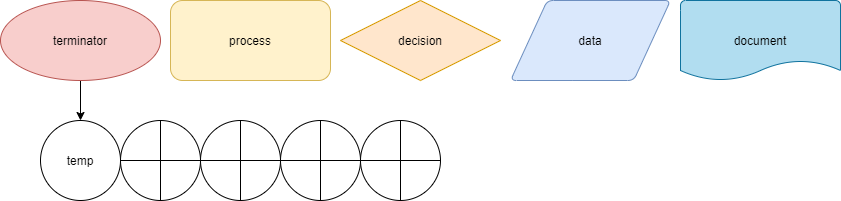
Before: explore/diagramming/diagram.drawio.png, a diagram exported from draw.io (StevenSchaeffer/fa21-cse110-lab4). Source tidied: cells renumbered, new cells last; positions are measured from the earlier drawing's top-left corner, leaving out a move shared by most shapes. The source it was exported from:
```xml
<mxGraphModel>
  <root>
    <mxCell id="0" />
    <mxCell id="1" parent="0" />
    <mxCell id="2" style="edgeStyle=orthogonalEdgeStyle;rounded=0;jettySize=auto;html=1;entryX=0.5;entryY=0;entryDx=0;entryDy=0;entryPerimeter=0;fillColor=#f5f5f5;strokeColor=#000000;" parent="1" edge="1" source="3" target="8">
      <mxGeometry relative="1" as="geometry" />
    </mxCell>
    <mxCell id="3" value="&lt;font color=&quot;#000000&quot;&gt;terminator&lt;/font&gt;" style="ellipse;whiteSpace=wrap;html=1;fillColor=#f8cecc;strokeColor=#b85450;" parent="1" vertex="1">
      <mxGeometry width="160" height="80" as="geometry" />
    </mxCell>
    <mxCell id="4" value="&lt;font color=&quot;#000000&quot;&gt;decision&lt;/font&gt;" style="rhombus;whiteSpace=wrap;html=1;fillColor=#ffe6cc;strokeColor=#d79b00;" parent="1" vertex="1">
      <mxGeometry x="340" width="160" height="80" as="geometry" />
    </mxCell>
    <mxCell id="5" value="&lt;font color=&quot;#000000&quot;&gt;process&lt;/font&gt;" style="rounded=1;whiteSpace=wrap;html=1;fillColor=#fff2cc;strokeColor=#d6b656;direction=east;" parent="1" vertex="1">
      <mxGeometry x="170" width="160" height="80" as="geometry" />
    </mxCell>
    <mxCell id="6" value="&lt;font color=&quot;#000000&quot;&gt;data&lt;/font&gt;" style="shape=parallelogram;html=1;strokeWidth=1;perimeter=parallelogramPerimeter;whiteSpace=wrap;rounded=1;arcSize=12;size=0.23;fillColor=#dae8fc;strokeColor=#6c8ebf;" parent="1" vertex="1">
      <mxGeometry x="510" width="160" height="80" as="geometry" />
    </mxCell>
    <mxCell id="7" value="&lt;font color=&quot;#000000&quot;&gt;document&lt;/font&gt;" style="strokeWidth=1;html=1;shape=mxgraph.flowchart.document2;whiteSpace=wrap;size=0.25;fillColor=#b1ddf0;strokeColor=#10739e;" parent="1" vertex="1">
      <mxGeometry x="680" width="160" height="80" as="geometry" />
    </mxCell>
    <mxCell id="8" value="temp" style="strokeWidth=1;html=1;shape=mxgraph.flowchart.start_2;whiteSpace=wrap;" parent="1" vertex="1">
      <mxGeometry x="40" y="120" width="80" height="80" as="geometry" />
    </mxCell>
    <mxCell id="9" style="verticalLabelPosition=bottom;verticalAlign=top;html=1;shape=mxgraph.flowchart.summing_function;strokeWidth=1;" parent="1" vertex="1">
      <mxGeometry x="120" y="120" width="80" height="80" as="geometry" />
    </mxCell>
    <mxCell id="10" style="verticalLabelPosition=bottom;verticalAlign=top;html=1;shape=mxgraph.flowchart.summing_function;strokeWidth=1;" parent="1" vertex="1">
      <mxGeometry x="200" y="120" width="80" height="80" as="geometry" />
    </mxCell>
    <mxCell id="11" style="verticalLabelPosition=bottom;verticalAlign=top;html=1;shape=mxgraph.flowchart.summing_function;strokeWidth=1;" parent="1" vertex="1">
      <mxGeometry x="280" y="120" width="80" height="80" as="geometry" />
    </mxCell>
    <mxCell id="12" style="verticalLabelPosition=bottom;verticalAlign=top;html=1;shape=mxgraph.flowchart.summing_function;strokeWidth=1;" parent="1" vertex="1">
      <mxGeometry x="360" y="120" width="80" height="80" as="geometry" />
    </mxCell>
  </root>
</mxGraphModel>
```
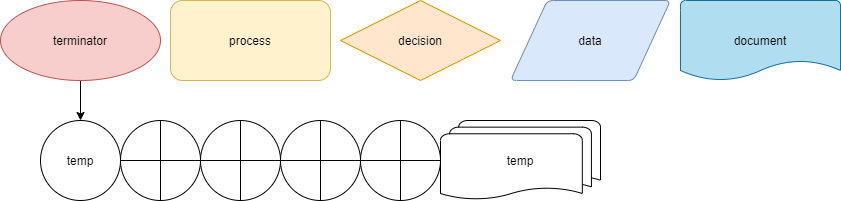
After the change.

What changed in the source:
```diff
@@ -35,5 +35,8 @@
     <mxCell id="12" style="verticalLabelPosition=bottom;verticalAlign=top;html=1;shape=mxgraph.flowchart.summing_function;strokeWidth=1;" parent="1" vertex="1">
       <mxGeometry x="360" y="120" width="80" height="80" as="geometry" />
     </mxCell>
+    <mxCell id="13" value="temp" style="strokeWidth=1;html=1;shape=mxgraph.flowchart.multi-document;whiteSpace=wrap;" parent="1" vertex="1">
+      <mxGeometry x="440" y="120" width="160" height="80" as="geometry" />
+    </mxCell>
   </root>
 </mxGraphModel>
```
